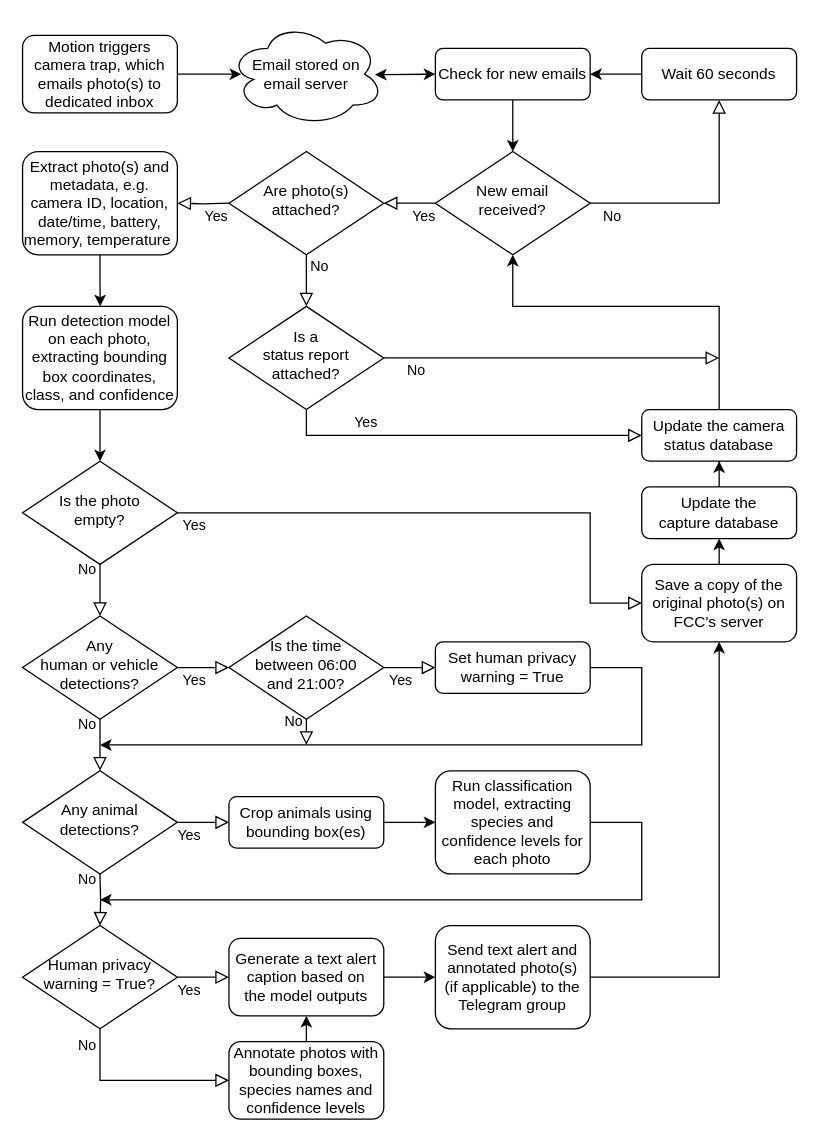
Earlier version of the draw.io diagram assets/Untitled Diagram.drawio (ratsakatika/camera-traps). Source tidied: cells renumbered, new cells numbered last; positions are measured from the earlier drawing's top-left corner, leaving out a move shared by most shapes. Both pictures are drawn from the tidied source at 129%, with x=0, y=0 at pixel (22, 22).
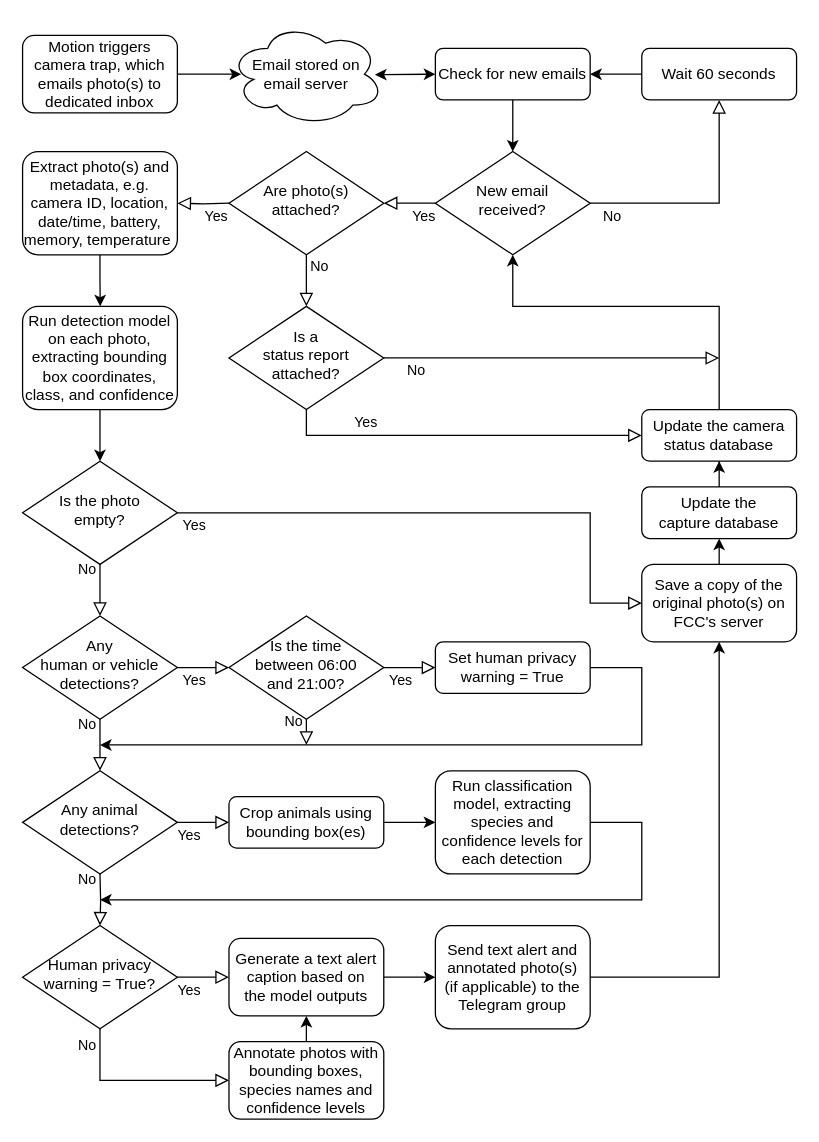
The same page after the edit.

What changed in the source:
```diff
@@
-    <mxCell id="31" value="Run classification model, extracting species and confidence levels for each photo" style="rounded=1;whiteSpace=wrap;html=1;fontSize=12;glass=0;strokeWidth=1;shadow=0;" parent="1" vertex="1">
+    <mxCell id="31" value="Run classification model, extracting species and confidence levels for each detection" style="rounded=1;whiteSpace=wrap;html=1;fontSize=12;glass=0;strokeWidth=1;shadow=0;" parent="1" vertex="1">
       <mxGeometry x="320" y="580" width="120" height="80" as="geometry" />
     </mxCell>
```
